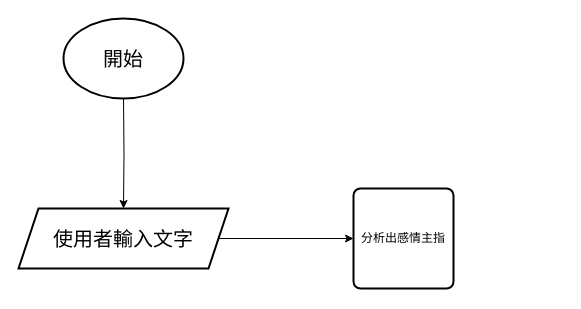
This is 未命名绘图.drawio from storytellerplatform/storyteller_flowchart, a draw.io file, before an edit. Source tidied: cells renumbered, new cells numbered last; positions are measured from the earlier drawing's top-left corner, leaving out a move shared by most shapes. Both pictures are drawn from the tidied source at 100%, with x=0, y=0 at pixel (18, 18).
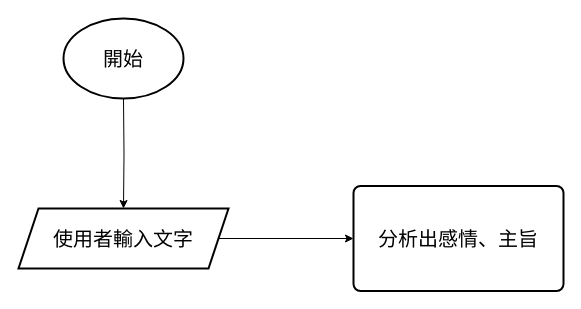
The same page after the edit.

Commit message:
專案流程圖.drawio

Change to the diagram source:
```diff
@@
 <mxGraphModel>
   <root>
     <mxCell id="0" />
     <mxCell id="1" parent="0" />
     <mxCell id="2" style="edgeStyle=orthogonalEdgeStyle;rounded=0;jettySize=auto;html=1;" parent="1" edge="1" target="4">
       <mxGeometry relative="1" as="geometry">
         <mxPoint x="105" y="80" as="sourcePoint" />
       </mxGeometry>
     </mxCell>
     <mxCell id="3" style="edgeStyle=orthogonalEdgeStyle;rounded=0;jettySize=auto;html=1;" parent="1" edge="1" source="4">
       <mxGeometry relative="1" as="geometry">
         <mxPoint x="335" y="220" as="targetPoint" />
       </mxGeometry>
     </mxCell>
     <mxCell id="4" value="&lt;font style=&quot;font-size: 20px;&quot;&gt;使用者輸入文字&lt;/font&gt;" style="shape=parallelogram;perimeter=parallelogramPerimeter;whiteSpace=wrap;html=1;fixedSize=1;strokeWidth=2;" parent="1" vertex="1">
       <mxGeometry y="190" width="210" height="60" as="geometry" />
     </mxCell>
-    <mxCell id="5" value="分析出感情主指" style="rounded=1;whiteSpace=wrap;html=1;absoluteArcSize=1;arcSize=14;strokeWidth=2;" parent="1" vertex="1">
-      <mxGeometry x="335" y="170" width="100" height="100" as="geometry" />
+    <mxCell id="5" value="&lt;font style=&quot;font-size: 20px;&quot;&gt;分析出感情、主旨&lt;br&gt;&lt;/font&gt;" style="rounded=1;whiteSpace=wrap;html=1;absoluteArcSize=1;arcSize=14;strokeWidth=2;" parent="1" vertex="1">
+      <mxGeometry x="335" y="167.5" width="210" height="105" as="geometry" />
     </mxCell>
     <mxCell id="6" value="&lt;font style=&quot;font-size: 20px;&quot;&gt;開始&lt;/font&gt;" style="strokeWidth=2;html=1;shape=mxgraph.flowchart.start_1;whiteSpace=wrap;" parent="1" vertex="1">
       <mxGeometry x="45" width="120" height="80" as="geometry" />
     </mxCell>
   </root>
 </mxGraphModel>
```
